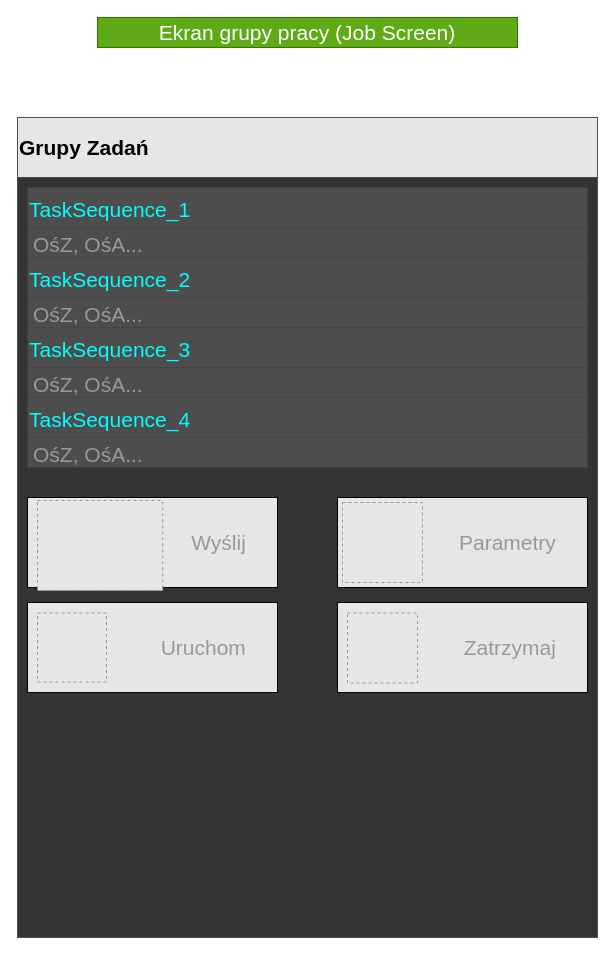
Before: page "Strona-4" (4 of 6) of Diagramy/Ekrany aplikacji na telefon.drawio in GitKiniol/RoboArm-Docu, a draw.io diagram. Source tidied: cells renumbered, new cells numbered last; positions are measured from the earlier drawing's top-left corner, leaving out a move shared by most shapes. Both pictures are drawn from the tidied source at 100%, with x=0, y=0 at pixel (17, 17). Pictures stored in the file or linked from it are replaced by grey dashed boxes.
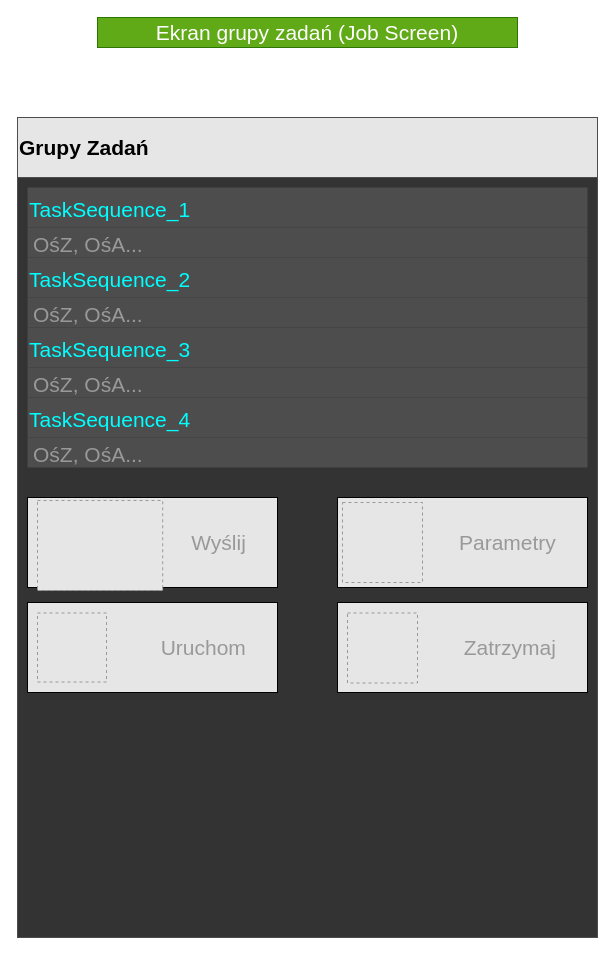
The same page after the edit.

What changed in the source:
```diff
@@
-    <mxCell id="4" value="Ekran grupy pracy (Job Screen)" style="text;html=1;strokeColor=#2D7600;fillColor=#60a917;align=center;verticalAlign=middle;whiteSpace=wrap;rounded=0;fontSize=21;fontColor=#ffffff;" parent="1" vertex="1">
+    <mxCell id="4" value="Ekran grupy zadań (Job Screen)" style="text;html=1;strokeColor=#2D7600;fillColor=#60a917;align=center;verticalAlign=middle;whiteSpace=wrap;rounded=0;fontSize=21;fontColor=#ffffff;" parent="1" vertex="1">
       <mxGeometry x="80" width="420" height="30" as="geometry" />
     </mxCell>
```
